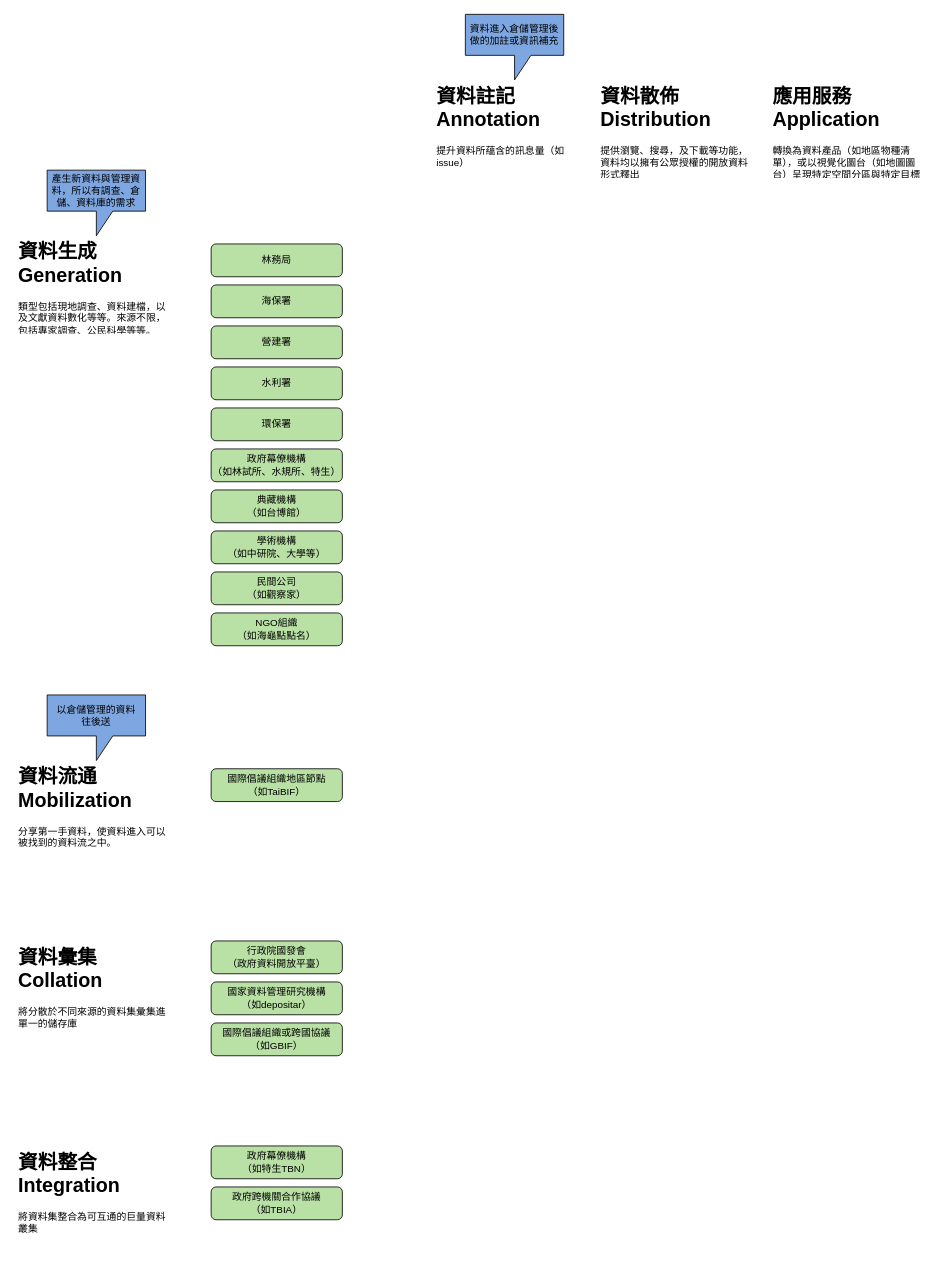
jerome-cjko/foolingAround keeps this draw.io diagram as biodiversity-informatics-organization-collab.drawio. Above is the earlier version. Source tidied: cells renumbered, new cells numbered last; positions are measured from the earlier drawing's top-left corner, leaving out a move shared by most shapes. Both pictures are drawn from the tidied source at 82%, with x=0, y=0 at pixel (14, 14).
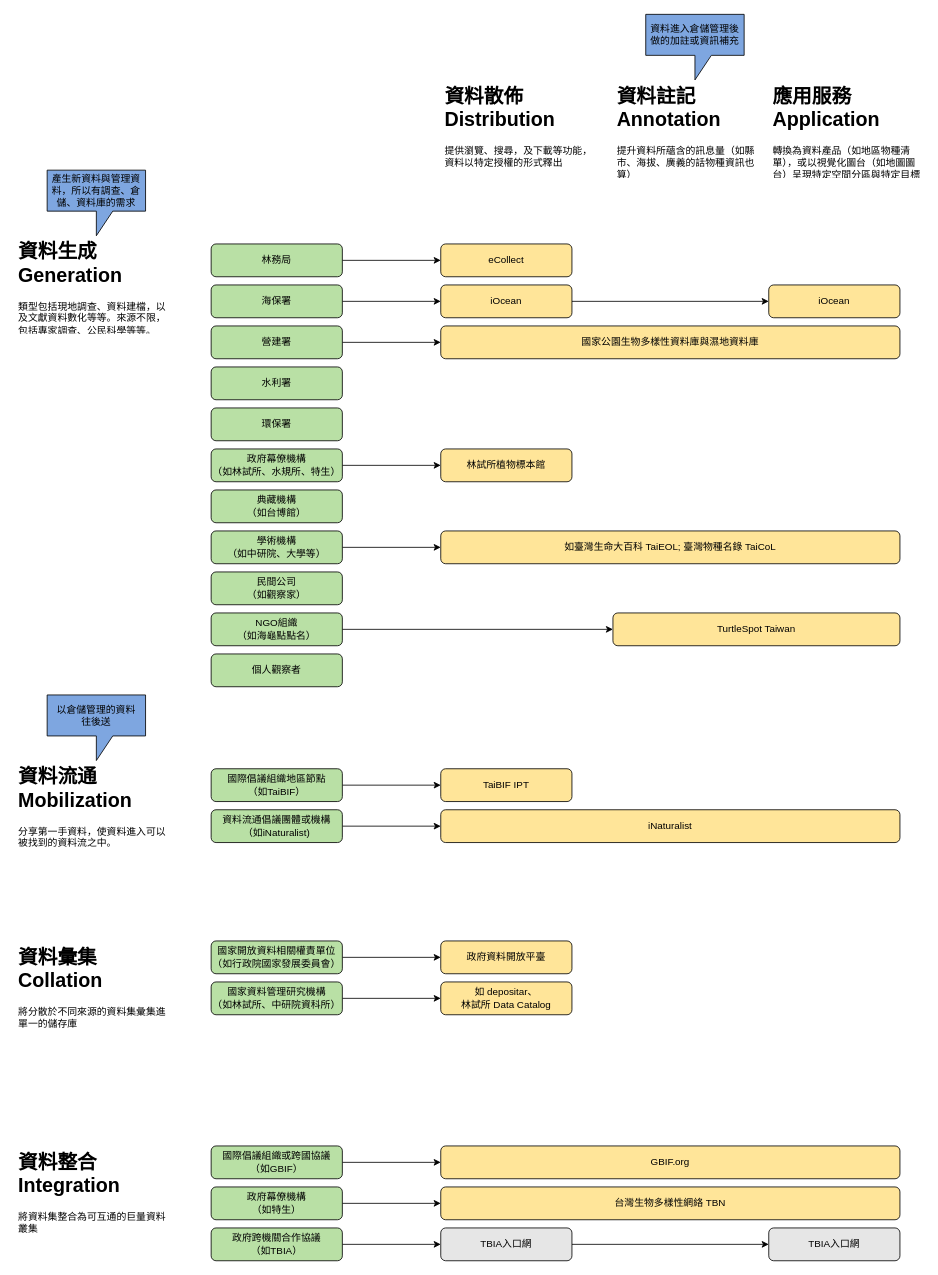
The same page after the edit.

Unchanged cells that the change refers to:
```xml
<mxCell id="15" value="林務局" style="rounded=1;whiteSpace=wrap;html=1;fillColor=#B9E0A5;" parent="1" vertex="1">
  <mxGeometry x="240" y="280" width="160" height="40" as="geometry" />
</mxCell>
<mxCell id="16" value="營建署" style="rounded=1;whiteSpace=wrap;html=1;fillColor=#B9E0A5;" parent="1" vertex="1">
  <mxGeometry x="240" y="380" width="160" height="40" as="geometry" />
</mxCell>
<mxCell id="17" value="海保署" style="rounded=1;whiteSpace=wrap;html=1;fillColor=#B9E0A5;" parent="1" vertex="1">
  <mxGeometry x="240" y="330" width="160" height="40" as="geometry" />
</mxCell>
<mxCell id="20" value="政府幕僚機構&lt;br&gt;（如林試所、水規所、特生）" style="rounded=1;whiteSpace=wrap;html=1;fillColor=#B9E0A5;" parent="1" vertex="1">
  <mxGeometry x="240" y="530" width="160" height="40" as="geometry" />
</mxCell>
<mxCell id="21" value="學術機構&lt;br&gt;（如中研院、大學等）" style="rounded=1;whiteSpace=wrap;html=1;fillColor=#B9E0A5;" parent="1" vertex="1">
  <mxGeometry x="240" y="630" width="160" height="40" as="geometry" />
</mxCell>
<mxCell id="23" value="NGO組織&lt;br&gt;（如海龜點點名）" style="rounded=1;whiteSpace=wrap;html=1;fillColor=#B9E0A5;" parent="1" vertex="1">
  <mxGeometry x="240" y="730" width="160" height="40" as="geometry" />
</mxCell>
<mxCell id="24" value="國際倡議組織地區節點&lt;br&gt;（如TaiBIF）" style="rounded=1;whiteSpace=wrap;html=1;fillColor=#B9E0A5;" parent="1" vertex="1">
  <mxGeometry x="240" y="920" width="160" height="40" as="geometry" />
</mxCell>
```

Change to the diagram source:
```diff
@@
-    <mxCell id="6" value="&lt;h1&gt;資料散佈&lt;br&gt;Distribution&lt;/h1&gt;&lt;p&gt;提供瀏覽、搜尋，及下載等功能，資料均以擁有公眾授權的開放資料形式釋出&lt;/p&gt;" style="text;html=1;strokeColor=none;fillColor=none;spacing=5;spacingTop=-20;whiteSpace=wrap;overflow=hidden;rounded=0;" parent="1" vertex="1">
-      <mxGeometry x="710" y="80" width="190" height="120" as="geometry" />
+    <mxCell id="6" value="&lt;h1&gt;資料散佈&lt;br&gt;Distribution&lt;/h1&gt;&lt;p&gt;提供瀏覽、搜尋，及下載等功能，資料以特定授權的形式釋出&lt;/p&gt;" style="text;html=1;strokeColor=none;fillColor=none;spacing=5;spacingTop=-20;whiteSpace=wrap;overflow=hidden;rounded=0;" parent="1" vertex="1">
+      <mxGeometry x="520" y="80" width="190" height="120" as="geometry" />
     </mxCell>
@@
     <mxCell id="8" style="group;" parent="1" vertex="1">
-      <mxGeometry x="510" width="190" height="200" as="geometry" />
+      <mxGeometry x="730" width="190" height="200" as="geometry" />
     </mxCell>
-    <mxCell id="9" value="&lt;h1&gt;資料註記&lt;br&gt;Annotation&lt;/h1&gt;&lt;p&gt;提升資料所蘊含的訊息量（如issue）&lt;/p&gt;" style="text;html=1;strokeColor=none;fillColor=none;spacing=5;spacingTop=-20;whiteSpace=wrap;overflow=hidden;rounded=0;" parent="8" vertex="1">
+    <mxCell id="9" value="&lt;h1&gt;資料註記&lt;br&gt;Annotation&lt;/h1&gt;&lt;p&gt;提升資料所蘊含的訊息量（如縣市、海拔、廣義的話物種資訊也算）&lt;/p&gt;" style="text;html=1;strokeColor=none;fillColor=none;spacing=5;spacingTop=-20;whiteSpace=wrap;overflow=hidden;rounded=0;" parent="8" vertex="1">
       <mxGeometry y="80" width="190" height="120" as="geometry" />
     </mxCell>
@@
+    <mxCell id="30" style="edgeStyle=orthogonalEdgeStyle;rounded=0;jettySize=auto;html=1;entryX=0;entryY=0.5;entryDx=0;entryDy=0;" parent="1" edge="1" source="15" target="45">
+      <mxGeometry relative="1" as="geometry" />
+    </mxCell>
@@
+    <mxCell id="31" style="edgeStyle=orthogonalEdgeStyle;rounded=0;jettySize=auto;html=1;exitX=1;exitY=0.5;exitDx=0;exitDy=0;entryX=0;entryY=0.5;entryDx=0;entryDy=0;fontFamily=Helvetica;fontSize=12;fontColor=default;" parent="1" edge="1" source="16" target="49">
+      <mxGeometry relative="1" as="geometry" />
+    </mxCell>
@@
+    <mxCell id="32" style="edgeStyle=orthogonalEdgeStyle;rounded=0;jettySize=auto;html=1;exitX=1;exitY=0.5;exitDx=0;exitDy=0;entryX=0;entryY=0.5;entryDx=0;entryDy=0;" parent="1" edge="1" source="17" target="47">
+      <mxGeometry relative="1" as="geometry" />
+    </mxCell>
@@
+    <mxCell id="33" style="edgeStyle=orthogonalEdgeStyle;rounded=0;jettySize=auto;html=1;exitX=1;exitY=0.5;exitDx=0;exitDy=0;fontFamily=Helvetica;fontSize=12;fontColor=default;" parent="1" edge="1" source="20" target="50">
+      <mxGeometry relative="1" as="geometry" />
+    </mxCell>
@@
+    <mxCell id="34" style="edgeStyle=orthogonalEdgeStyle;rounded=0;jettySize=auto;html=1;exitX=1;exitY=0.5;exitDx=0;exitDy=0;entryX=0;entryY=0.5;entryDx=0;entryDy=0;fontFamily=Helvetica;fontSize=12;fontColor=default;" parent="1" edge="1" source="21" target="61">
+      <mxGeometry relative="1" as="geometry" />
+    </mxCell>
@@
+    <mxCell id="35" style="edgeStyle=orthogonalEdgeStyle;rounded=0;jettySize=auto;html=1;exitX=1;exitY=0.5;exitDx=0;exitDy=0;entryX=0;entryY=0.5;entryDx=0;entryDy=0;fontFamily=Helvetica;fontSize=12;fontColor=default;" parent="1" edge="1" source="23" target="57">
+      <mxGeometry relative="1" as="geometry" />
+    </mxCell>
@@
+    <mxCell id="36" style="edgeStyle=orthogonalEdgeStyle;rounded=0;jettySize=auto;html=1;exitX=1;exitY=0.5;exitDx=0;exitDy=0;entryX=0;entryY=0.5;entryDx=0;entryDy=0;fontFamily=Helvetica;fontSize=12;fontColor=default;" parent="1" edge="1" source="24" target="55">
+      <mxGeometry relative="1" as="geometry" />
+    </mxCell>
@@
+    <mxCell id="37" style="edgeStyle=orthogonalEdgeStyle;rounded=0;jettySize=auto;html=1;exitX=1;exitY=0.5;exitDx=0;exitDy=0;entryX=0;entryY=0.5;entryDx=0;entryDy=0;fontFamily=Helvetica;fontSize=12;fontColor=default;" parent="1" edge="1" source="25" target="58">
+      <mxGeometry relative="1" as="geometry" />
+    </mxCell>
-    <mxCell id="25" value="行政院國發會&lt;br&gt;（政府資料開放平臺）" style="rounded=1;whiteSpace=wrap;html=1;fillColor=#B9E0A5;" parent="1" vertex="1">
+    <mxCell id="25" value="國家開放資料相關權責單位&lt;br&gt;（如行政院國家發展委員會）" style="rounded=1;whiteSpace=wrap;html=1;fillColor=#B9E0A5;" parent="1" vertex="1">
       <mxGeometry x="240" y="1130" width="160" height="40" as="geometry" />
     </mxCell>
+    <mxCell id="38" style="edgeStyle=orthogonalEdgeStyle;rounded=0;jettySize=auto;html=1;exitX=1;exitY=0.5;exitDx=0;exitDy=0;entryX=0;entryY=0.5;entryDx=0;entryDy=0;fontFamily=Helvetica;fontSize=12;fontColor=default;" parent="1" edge="1" source="26" target="51">
+      <mxGeometry relative="1" as="geometry" />
+    </mxCell>
-    <mxCell id="26" value="政府幕僚機構&lt;br&gt;（如特生TBN）" style="rounded=1;whiteSpace=wrap;html=1;fillColor=#B9E0A5;" parent="1" vertex="1">
-      <mxGeometry x="240" y="1380" width="160" height="40" as="geometry" />
+    <mxCell id="26" value="政府幕僚機構&lt;br&gt;（如特生）" style="rounded=1;whiteSpace=wrap;html=1;fillColor=#B9E0A5;" parent="1" vertex="1">
+      <mxGeometry x="240" y="1430" width="160" height="40" as="geometry" />
     </mxCell>
+    <mxCell id="39" style="edgeStyle=orthogonalEdgeStyle;rounded=0;jettySize=auto;html=1;exitX=1;exitY=0.5;exitDx=0;exitDy=0;entryX=0;entryY=0.5;entryDx=0;entryDy=0;fontFamily=Helvetica;fontSize=12;fontColor=default;" parent="1" edge="1" source="27" target="53">
+      <mxGeometry relative="1" as="geometry" />
+    </mxCell>
     <mxCell id="27" value="政府跨機關合作協議&lt;br&gt;（如TBIA）" style="rounded=1;whiteSpace=wrap;html=1;fillColor=#B9E0A5;" parent="1" vertex="1">
-      <mxGeometry x="240" y="1430" width="160" height="40" as="geometry" />
+      <mxGeometry x="240" y="1480" width="160" height="40" as="geometry" />
     </mxCell>
+    <mxCell id="40" style="edgeStyle=orthogonalEdgeStyle;rounded=0;jettySize=auto;html=1;exitX=1;exitY=0.5;exitDx=0;exitDy=0;entryX=0;entryY=0.5;entryDx=0;entryDy=0;fontFamily=Helvetica;fontSize=12;fontColor=default;" parent="1" edge="1" source="28" target="59">
+      <mxGeometry relative="1" as="geometry" />
+    </mxCell>
-    <mxCell id="28" value="國家資料管理研究機構&lt;br&gt;（如depositar）" style="rounded=1;whiteSpace=wrap;html=1;fillColor=#B9E0A5;" parent="1" vertex="1">
+    <mxCell id="28" value="國家資料管理研究機構&lt;br&gt;（如林試所、中研院資科所）" style="rounded=1;whiteSpace=wrap;html=1;fillColor=#B9E0A5;" parent="1" vertex="1">
       <mxGeometry x="240" y="1180" width="160" height="40" as="geometry" />
     </mxCell>
+    <mxCell id="41" style="edgeStyle=orthogonalEdgeStyle;rounded=0;jettySize=auto;html=1;exitX=1;exitY=0.5;exitDx=0;exitDy=0;entryX=0;entryY=0.5;entryDx=0;entryDy=0;fontFamily=Helvetica;fontSize=12;fontColor=default;" parent="1" edge="1" source="29" target="60">
+      <mxGeometry relative="1" as="geometry" />
+    </mxCell>
     <mxCell id="29" value="國際倡議組織或跨國協議&lt;br&gt;（如GBIF）" style="rounded=1;whiteSpace=wrap;html=1;fillColor=#B9E0A5;" parent="1" vertex="1">
-      <mxGeometry x="240" y="1230" width="160" height="40" as="geometry" />
+      <mxGeometry x="240" y="1380" width="160" height="40" as="geometry" />
     </mxCell>
+    <mxCell id="42" value="個人觀察者" style="rounded=1;whiteSpace=wrap;html=1;fillColor=#B9E0A5;" parent="1" vertex="1">
+      <mxGeometry x="240" y="780" width="160" height="40" as="geometry" />
+    </mxCell>
+    <mxCell id="43" style="edgeStyle=orthogonalEdgeStyle;rounded=0;jettySize=auto;html=1;exitX=1;exitY=0.5;exitDx=0;exitDy=0;entryX=0;entryY=0.5;entryDx=0;entryDy=0;fontFamily=Helvetica;fontSize=12;fontColor=default;" parent="1" edge="1" source="44" target="56">
+      <mxGeometry relative="1" as="geometry" />
+    </mxCell>
+    <mxCell id="44" value="資料流通倡議團體或機構&lt;br&gt;（如iNaturalist)" style="rounded=1;whiteSpace=wrap;html=1;fillColor=#B9E0A5;" parent="1" vertex="1">
+      <mxGeometry x="240" y="970" width="160" height="40" as="geometry" />
+    </mxCell>
+    <mxCell id="45" value="eCollect" style="rounded=1;whiteSpace=wrap;html=1;fillColor=#FFE599;" parent="1" vertex="1">
+      <mxGeometry x="520" y="280" width="160" height="40" as="geometry" />
+    </mxCell>
+    <mxCell id="46" style="edgeStyle=orthogonalEdgeStyle;rounded=0;jettySize=auto;html=1;exitX=1;exitY=0.5;exitDx=0;exitDy=0;entryX=0;entryY=0.5;entryDx=0;entryDy=0;" parent="1" edge="1" source="47" target="48">
+      <mxGeometry relative="1" as="geometry" />
+    </mxCell>
+    <mxCell id="47" value="iOcean" style="rounded=1;whiteSpace=wrap;html=1;fillColor=#FFE599;" parent="1" vertex="1">
+      <mxGeometry x="520" y="330" width="160" height="40" as="geometry" />
+    </mxCell>
+    <mxCell id="48" value="iOcean" style="rounded=1;whiteSpace=wrap;html=1;fillColor=#FFE599;" parent="1" vertex="1">
+      <mxGeometry x="920" y="330" width="160" height="40" as="geometry" />
+    </mxCell>
+    <mxCell id="49" value="國家公園生物多樣性資料庫與濕地資料庫" style="rounded=1;whiteSpace=wrap;html=1;fillColor=#FFE599;" parent="1" vertex="1">
+      <mxGeometry x="520" y="380" width="560" height="40" as="geometry" />
+    </mxCell>
+    <mxCell id="50" value="林試所植物標本館" style="rounded=1;whiteSpace=wrap;html=1;fillColor=#FFE599;" parent="1" vertex="1">
+      <mxGeometry x="520" y="530" width="160" height="40" as="geometry" />
+    </mxCell>
+    <mxCell id="51" value="台灣生物多樣性網絡 TBN" style="rounded=1;whiteSpace=wrap;html=1;fillColor=#FFE599;" parent="1" vertex="1">
+      <mxGeometry x="520" y="1430" width="560" height="40" as="geometry" />
+    </mxCell>
+    <mxCell id="52" style="edgeStyle=orthogonalEdgeStyle;rounded=0;jettySize=auto;html=1;exitX=1;exitY=0.5;exitDx=0;exitDy=0;entryX=0;entryY=0.5;entryDx=0;entryDy=0;fontFamily=Helvetica;fontSize=12;fontColor=default;" parent="1" edge="1" source="53" target="54">
+      <mxGeometry relative="1" as="geometry" />
+    </mxCell>
+    <mxCell id="53" value="TBIA入口網" style="rounded=1;whiteSpace=wrap;html=1;fillColor=#E6E6E6;" parent="1" vertex="1">
+      <mxGeometry x="520" y="1480" width="160" height="40" as="geometry" />
+    </mxCell>
+    <mxCell id="54" value="TBIA入口網" style="rounded=1;whiteSpace=wrap;html=1;fillColor=#E6E6E6;" parent="1" vertex="1">
+      <mxGeometry x="920" y="1480" width="160" height="40" as="geometry" />
+    </mxCell>
+    <mxCell id="55" value="TaiBIF IPT" style="rounded=1;whiteSpace=wrap;html=1;fillColor=#FFE599;" parent="1" vertex="1">
+      <mxGeometry x="520" y="920" width="160" height="40" as="geometry" />
+    </mxCell>
+    <mxCell id="56" value="iNaturalist" style="rounded=1;whiteSpace=wrap;html=1;fillColor=#FFE599;" parent="1" vertex="1">
+      <mxGeometry x="520" y="970" width="560" height="40" as="geometry" />
+    </mxCell>
+    <mxCell id="57" value="TurtleSpot Taiwan" style="rounded=1;whiteSpace=wrap;html=1;fillColor=#FFE599;" parent="1" vertex="1">
+      <mxGeometry x="730" y="730" width="350" height="40" as="geometry" />
+    </mxCell>
+    <mxCell id="58" value="政府資料開放平臺" style="rounded=1;whiteSpace=wrap;html=1;fillColor=#FFE599;" parent="1" vertex="1">
+      <mxGeometry x="520" y="1130" width="160" height="40" as="geometry" />
+    </mxCell>
+    <mxCell id="59" value="如 depositar、&lt;br&gt;林試所 Data Catalog" style="rounded=1;whiteSpace=wrap;html=1;fillColor=#FFE599;" parent="1" vertex="1">
+      <mxGeometry x="520" y="1180" width="160" height="40" as="geometry" />
+    </mxCell>
+    <mxCell id="60" value="GBIF.org" style="rounded=1;whiteSpace=wrap;html=1;fillColor=#FFE599;" parent="1" vertex="1">
+      <mxGeometry x="520" y="1380" width="560" height="40" as="geometry" />
+    </mxCell>
+    <mxCell id="61" value="如臺灣生命大百科 TaiEOL; 臺灣物種名錄 TaiCoL" style="rounded=1;whiteSpace=wrap;html=1;fillColor=#FFE599;" parent="1" vertex="1">
+      <mxGeometry x="520" y="630" width="560" height="40" as="geometry" />
+    </mxCell>
```
